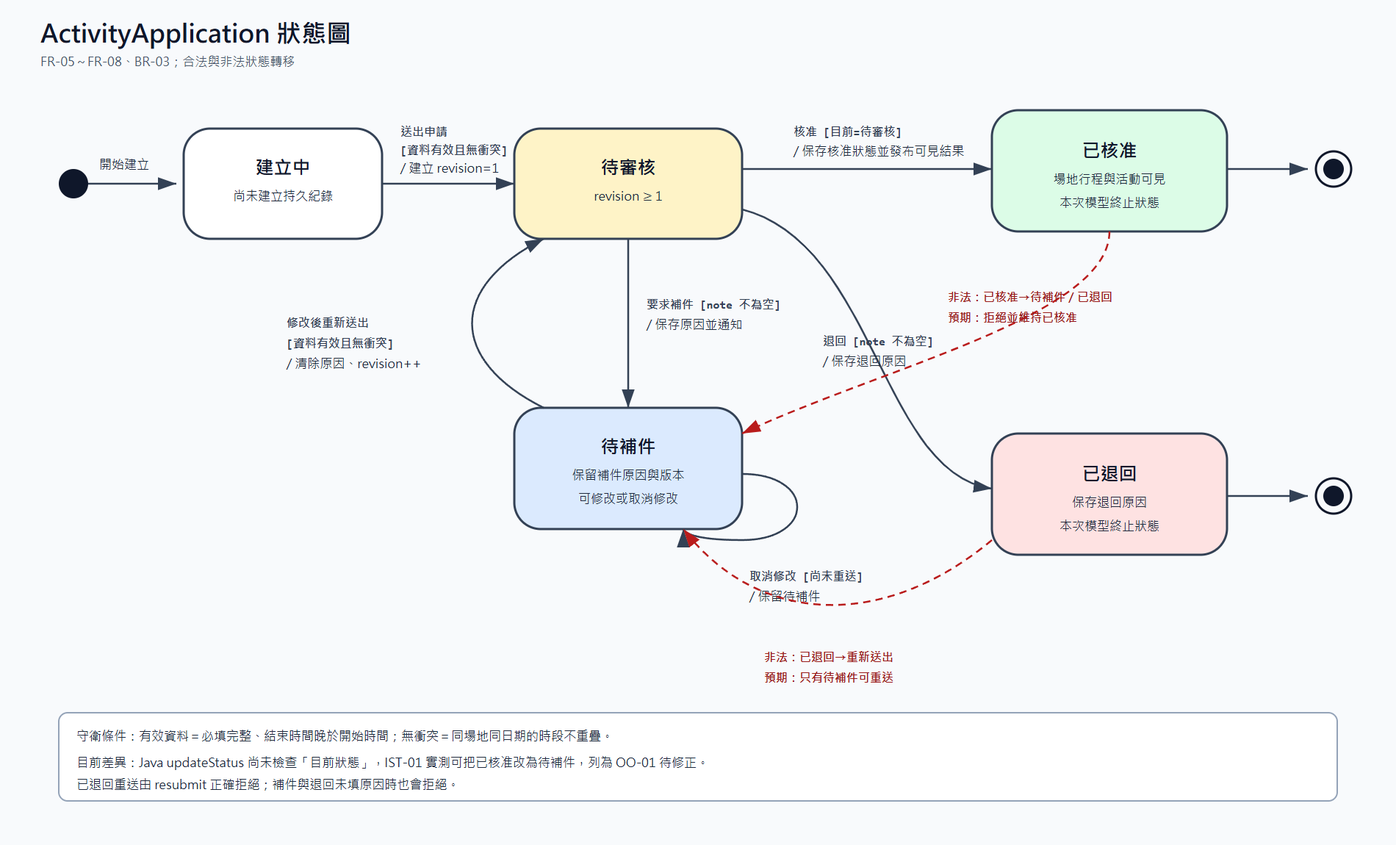
This is 0727_Object_Oriented_Analysis/state_diagram.png from 412638123/TKU_114-3_SAD_Group05, a Mermaid export, as it was before one commit. Its source is kept beside it as 0727_Object_Oriented_Analysis/state_diagram_source/state_diagram.mmd.
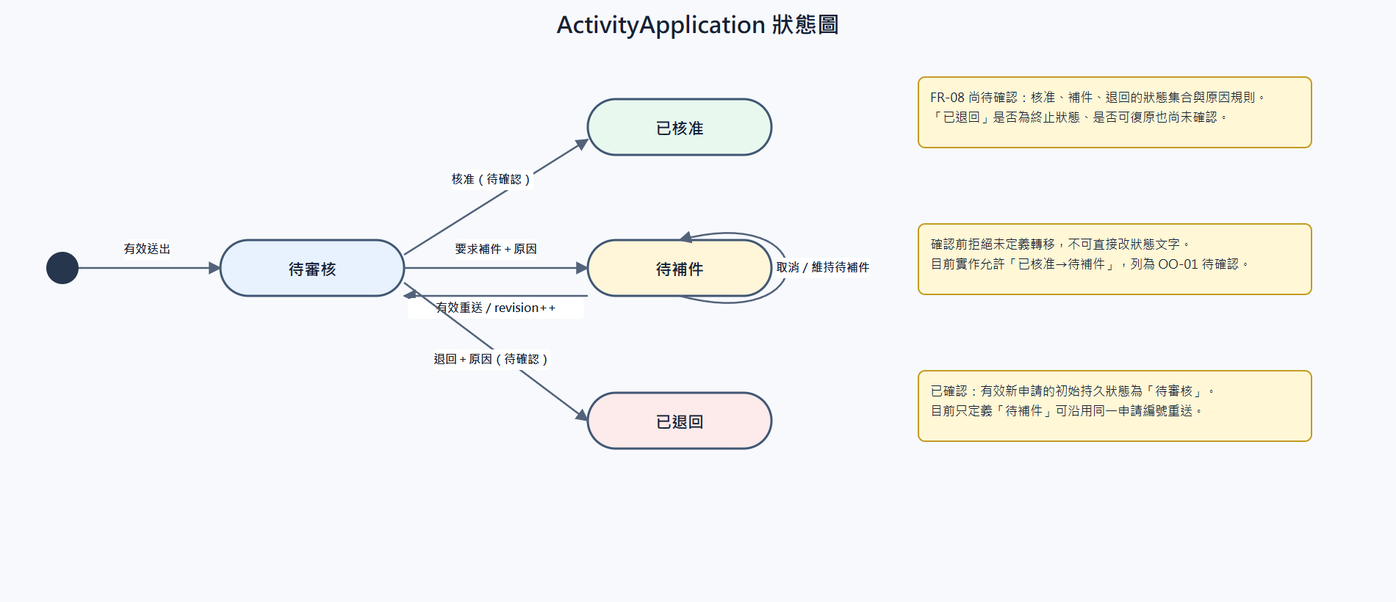
The same diagram one commit later.

The edit, as a diff of the source:
```diff
@@ -1,22 +1,23 @@
 stateDiagram-v2
 direction LR
 
-[*] --> 建立中 : 開始建立
-建立中 --> 待審核 : 送出申請 [資料有效且無衝突] / 建立 revision=1
+[*] --> 待審核 : 送出申請 [資料有效且無衝突] / 建立 revision=1
 待審核 --> 已核准 : 核准 [目前為待審核] / 保存核准狀態並發布可見結果
 待審核 --> 待補件 : 要求補件 [note 不為空] / 保存原因並通知
 待補件 --> 待審核 : 修改後重新送出 [資料有效且無衝突] / 清除原因、revision++
 待審核 --> 已退回 : 退回 [note 不為空] / 保存退回原因
 待補件 --> 待補件 : 取消修改 [尚未重送] / 保留待補件
-已核准 --> [*]
-已退回 --> [*]
-
 note right of 已核准
-  非法：已核准→待補件／已退回
-  預期：拒絕並維持已核准
+  撤銷或回轉規則未定義
+  確認前拒絕未定義轉移
 end note
 
 note right of 已退回
-  非法：已退回→重新送出
-  預期：只有待補件可重送
+  是否為終止狀態尚待確認
+  目前只定義待補件可重送
 end note
+
+note top of 待審核
+  FR-08 的核准／補件／退回
+  狀態集合與原因規則待確認
+end note
```
